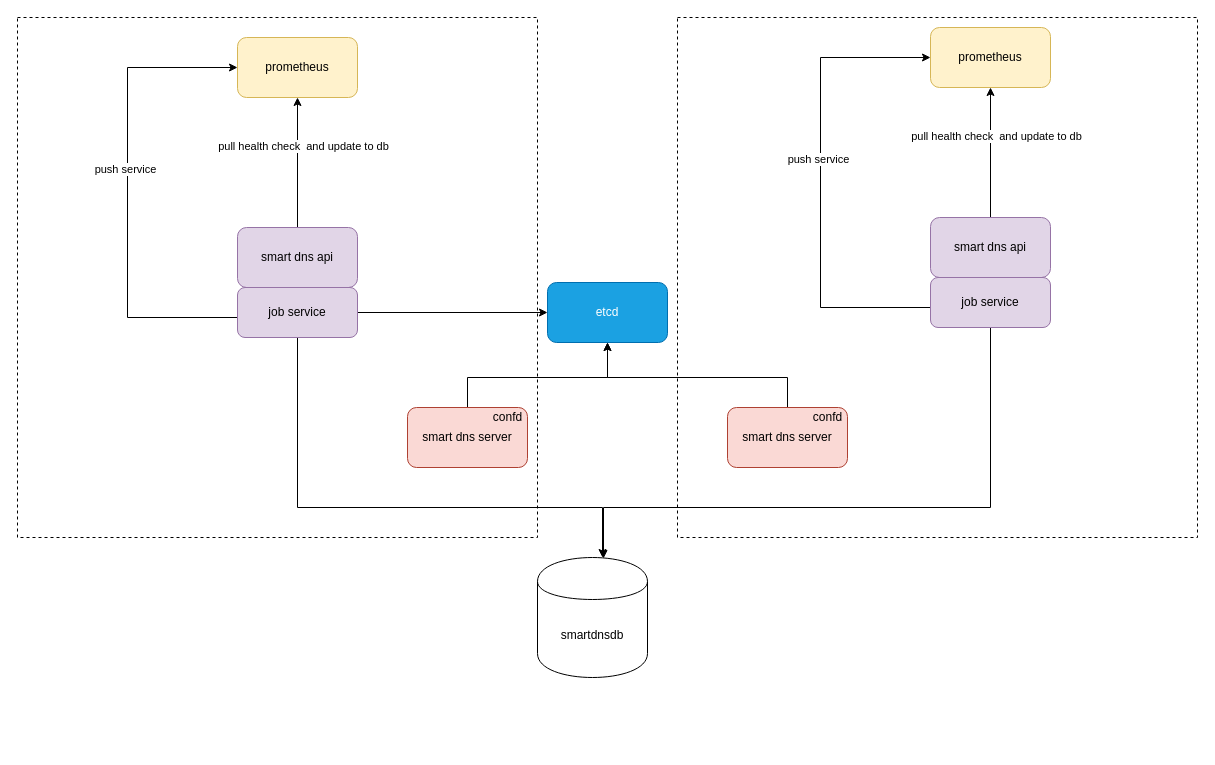
The draw.io diagram page "smart dns framework" (1 of 2) of Untitled Diagram.drawio in CtripOPS/acos-client, before the edit. Source tidied: cells renumbered, new cells numbered last; positions are measured from the earlier drawing's top-left corner, leaving out a move shared by most shapes. Both pictures are drawn from the tidied source at 100%, with x=0, y=0 at pixel (17, 17).
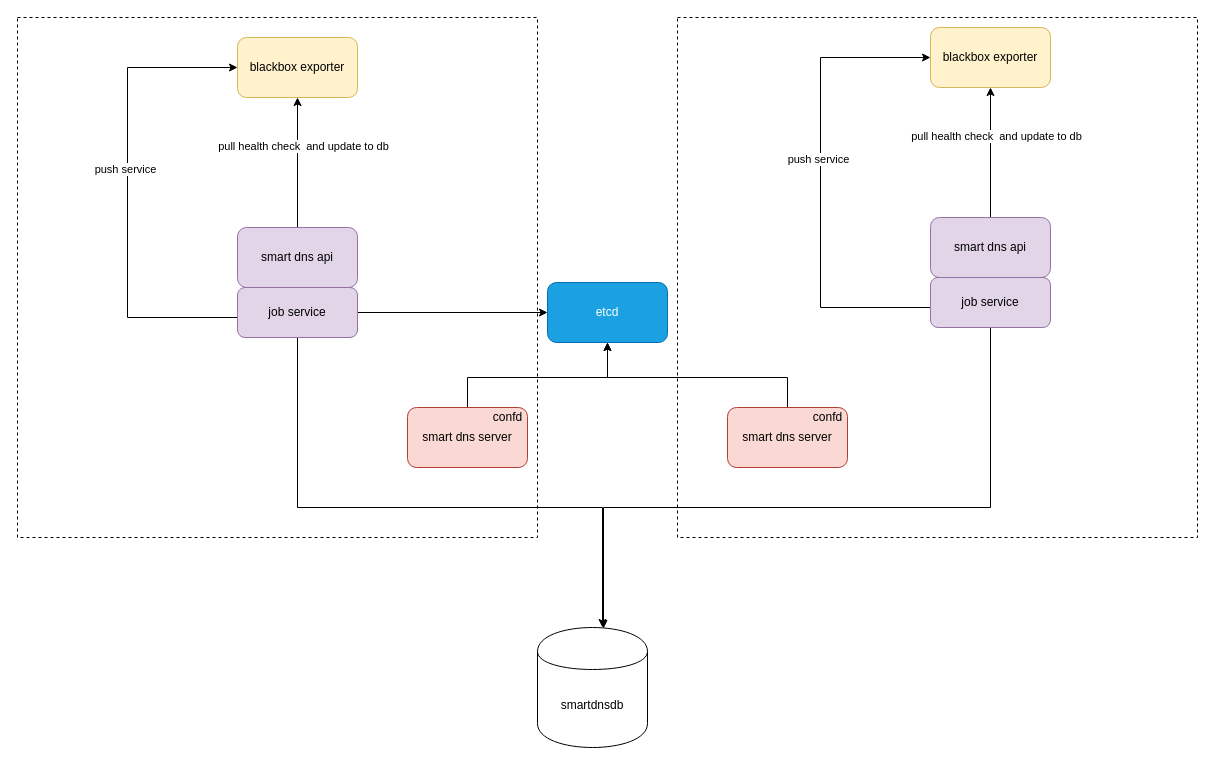
Above is the later version.

Commit message:
smart dns framework.drawio

The change refers to these unchanged cells:
```xml
<mxCell id="11" value="job service" style="rounded=1;whiteSpace=wrap;html=1;fillColor=#e1d5e7;strokeColor=#9673a6;" parent="1" vertex="1">
  <mxGeometry x="220" y="270" width="120" height="50" as="geometry" />
</mxCell>
```

Change to the diagram source:
```diff
@@
+    <mxCell id="28" style="whiteSpace=wrap;html=1;dashed=1;shadow=0;fillColor=none;" parent="1" vertex="1">
+      <mxGeometry width="520" height="520" as="geometry" />
+    </mxCell>
@@
-    <mxCell id="3" value="prometheus" style="rounded=1;whiteSpace=wrap;html=1;fillColor=#fff2cc;strokeColor=#d6b656;" parent="1" vertex="1">
+    <mxCell id="3" value="blackbox exporter" style="rounded=1;whiteSpace=wrap;html=1;fillColor=#fff2cc;strokeColor=#d6b656;" parent="1" vertex="1">
       <mxGeometry x="220" y="20" width="120" height="60" as="geometry" />
     </mxCell>
@@
-    <mxCell id="10" style="edgeStyle=orthogonalEdgeStyle;rounded=0;jettySize=auto;html=1;" parent="1" edge="1" source="11">
+    <mxCell id="10" style="edgeStyle=orthogonalEdgeStyle;rounded=0;jettySize=auto;html=1;entryX=0.591;entryY=0;entryDx=0;entryDy=0;entryPerimeter=0;" parent="1" edge="1" source="11" target="16">
       <mxGeometry relative="1" as="geometry">
-        <mxPoint x="585" y="540" as="targetPoint" />
         <Array as="points">
           <mxPoint x="280" y="490" />
           <mxPoint x="585" y="490" />
         </Array>
       </mxGeometry>
     </mxCell>
@@
     <mxCell id="16" value="smartdnsdb" style="shape=cylinder;whiteSpace=wrap;html=1;boundedLbl=1;backgroundOutline=1;" parent="1" vertex="1">
-      <mxGeometry x="520" y="540" width="110" height="120" as="geometry" />
+      <mxGeometry x="520" y="610" width="110" height="120" as="geometry" />
     </mxCell>
-    <mxCell id="17" value="prometheus" style="rounded=1;whiteSpace=wrap;html=1;fillColor=#fff2cc;strokeColor=#d6b656;" parent="1" vertex="1">
+    <mxCell id="17" value="blackbox exporter" style="rounded=1;whiteSpace=wrap;html=1;fillColor=#fff2cc;strokeColor=#d6b656;" parent="1" vertex="1">
       <mxGeometry x="913" y="10" width="120" height="60" as="geometry" />
     </mxCell>
@@
-    <mxCell id="28" style="whiteSpace=wrap;html=1;dashed=1;shadow=0;fillColor=none;" parent="1" vertex="1">
-      <mxGeometry width="520" height="520" as="geometry" />
-    </mxCell>
```
